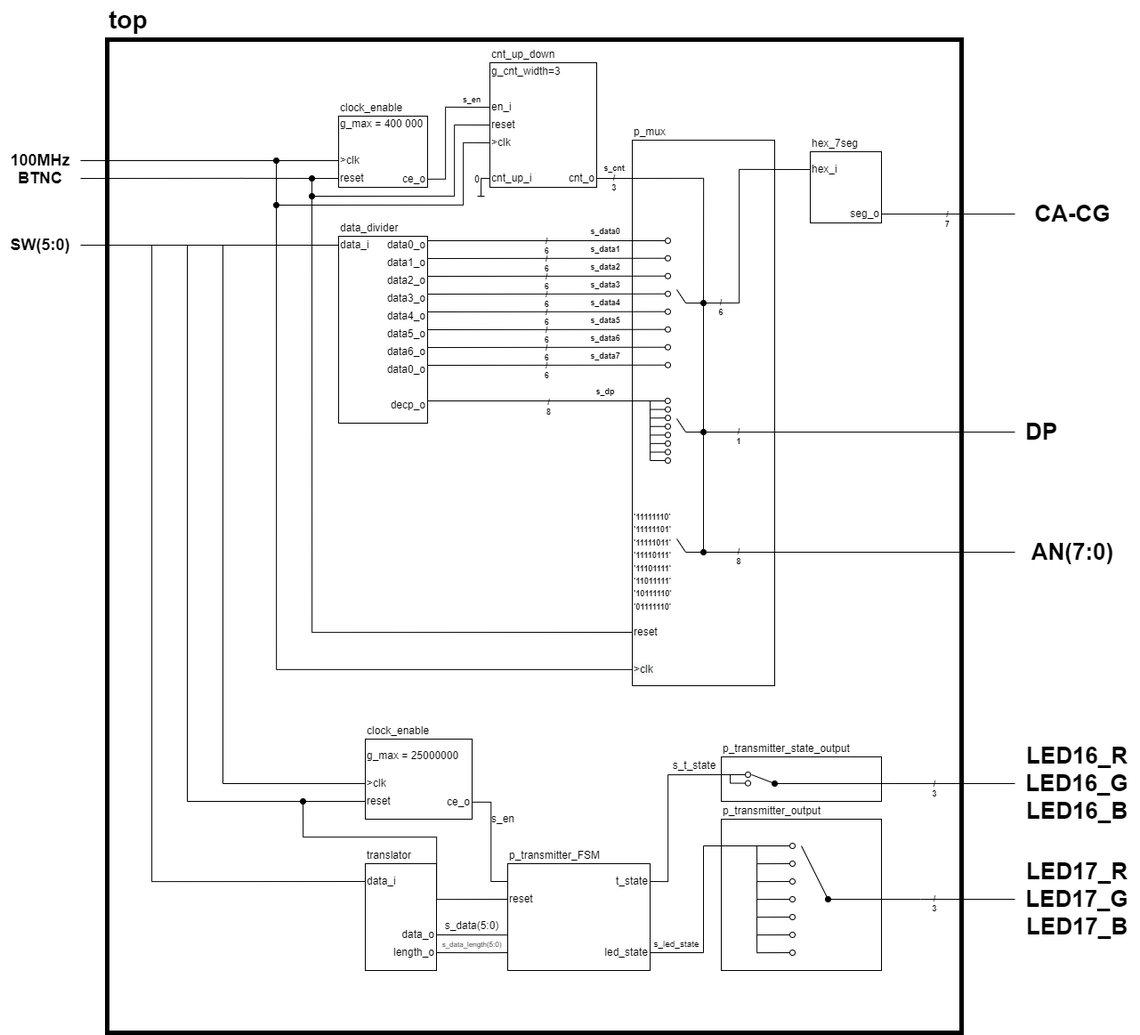
The draw.io diagram project/images/top.png in MusicalTester63/digital-electronics-1, before a commit. Source tidied: cells renumbered, new cells last; positions are measured from the earlier drawing's top-left corner, leaving out a move shared by most shapes.
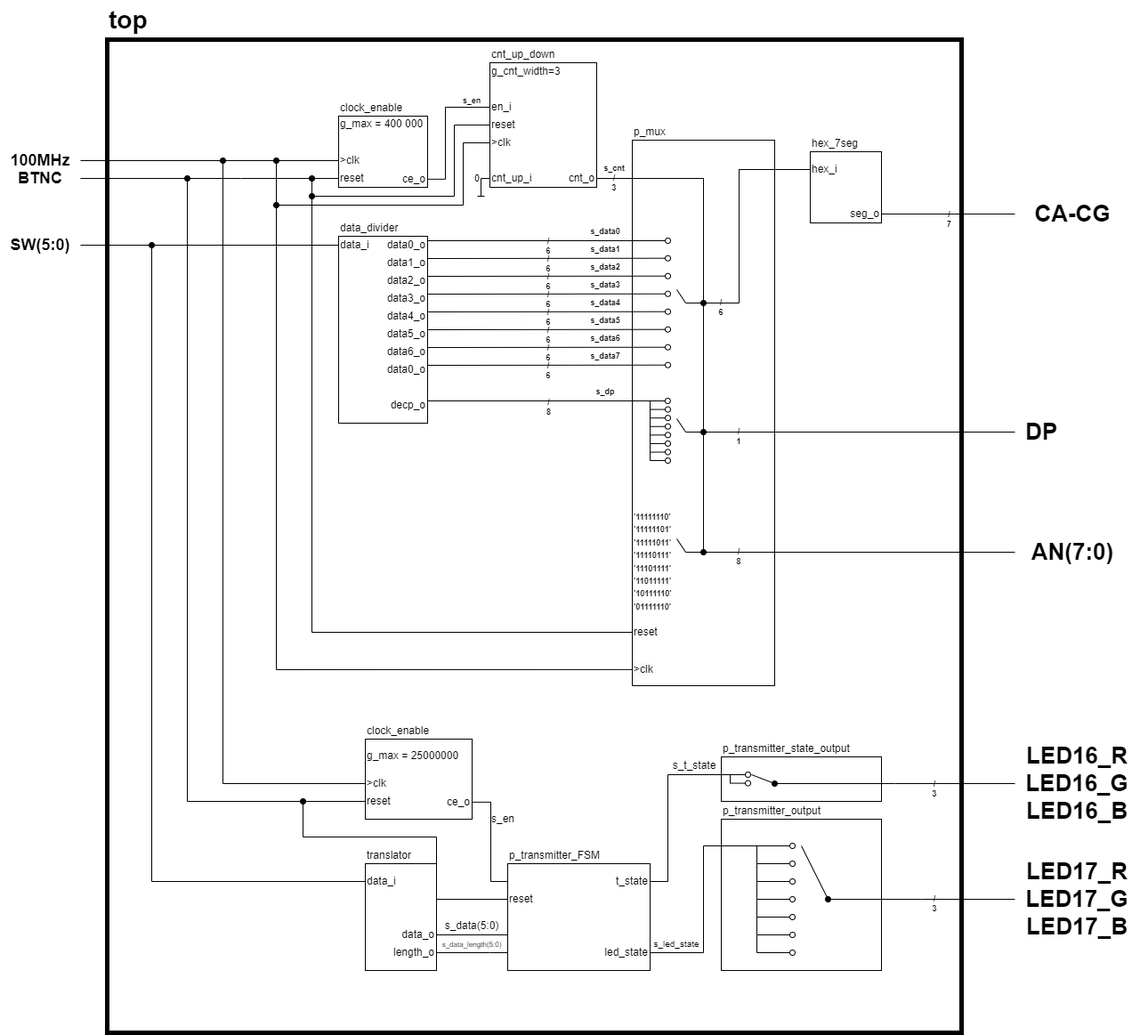
The same diagram one commit later.

Commit message:
fixed top scheme

What changed in the source:
```diff
@@ -471,7 +471,7 @@
     <mxCell id="106" value="length_o" style="text;html=1;strokeColor=none;fillColor=none;align=right;verticalAlign=middle;whiteSpace=wrap;rounded=0;" parent="101" vertex="1">
       <mxGeometry y="110" width="80" height="20" as="geometry" />
     </mxCell>
-    <mxCell id="107" style="edgeStyle=orthogonalEdgeStyle;rounded=0;jettySize=auto;html=1;exitX=0;exitY=0.5;exitDx=0;exitDy=0;endArrow=none;endFill=0;" parent="1" edge="1" source="103">
+    <mxCell id="107" style="edgeStyle=orthogonalEdgeStyle;rounded=0;jettySize=auto;html=1;exitX=0;exitY=0.5;exitDx=0;exitDy=0;endArrow=oval;endFill=1;" parent="1" edge="1" source="103">
       <mxGeometry relative="1" as="geometry">
         <mxPoint x="170" y="275" as="targetPoint" />
         <Array as="points">
@@ -528,9 +528,9 @@
     <mxCell id="117" value="led_state" style="text;html=1;strokeColor=none;fillColor=none;align=right;verticalAlign=middle;whiteSpace=wrap;rounded=0;" parent="111" vertex="1">
       <mxGeometry x="80" y="110" width="80" height="20" as="geometry" />
     </mxCell>
-    <mxCell id="118" style="edgeStyle=elbowEdgeStyle;rounded=0;jettySize=auto;html=1;exitX=0;exitY=0.5;exitDx=0;exitDy=0;startArrow=none;startFill=0;endArrow=none;endFill=0;" parent="1" edge="1" source="128">
+    <mxCell id="118" style="edgeStyle=elbowEdgeStyle;rounded=0;jettySize=auto;html=1;exitX=0;exitY=0.5;exitDx=0;exitDy=0;startArrow=none;startFill=0;endArrow=oval;endFill=1;" parent="1" edge="1" source="128">
       <mxGeometry relative="1" as="geometry">
-        <mxPoint x="210" y="275" as="targetPoint" />
+        <mxPoint x="210" y="200" as="targetPoint" />
         <Array as="points">
           <mxPoint x="210" y="290" />
           <mxPoint x="200" y="580" />
@@ -540,9 +540,9 @@
     <mxCell id="119" style="edgeStyle=elbowEdgeStyle;rounded=0;jettySize=auto;html=1;exitX=1;exitY=0.5;exitDx=0;exitDy=0;startArrow=none;startFill=0;endArrow=none;endFill=0;entryX=0;entryY=0.5;entryDx=0;entryDy=0;" parent="1" edge="1" source="130" target="116">
       <mxGeometry relative="1" as="geometry" />
     </mxCell>
-    <mxCell id="120" style="edgeStyle=elbowEdgeStyle;rounded=0;jettySize=auto;html=1;exitX=0;exitY=0.5;exitDx=0;exitDy=0;startArrow=none;startFill=0;endArrow=none;endFill=0;" parent="1" edge="1" source="132">
+    <mxCell id="120" style="edgeStyle=elbowEdgeStyle;rounded=0;jettySize=auto;html=1;exitX=0;exitY=0.5;exitDx=0;exitDy=0;startArrow=none;startFill=0;endArrow=oval;endFill=1;" parent="1" edge="1" source="132">
       <mxGeometry relative="1" as="geometry">
-        <mxPoint x="250" y="275" as="targetPoint" />
+        <mxPoint x="250" y="180" as="targetPoint" />
         <Array as="points">
           <mxPoint x="250" y="290" />
           <mxPoint x="260" y="570" />
```
